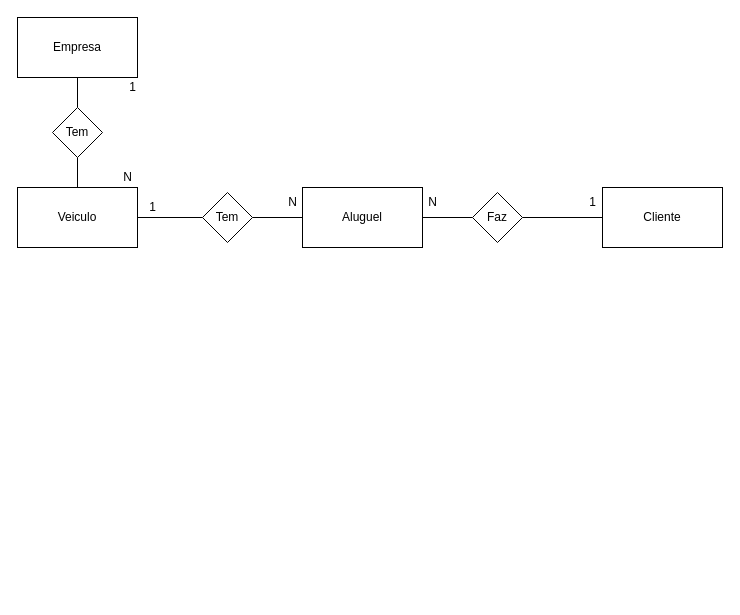
Above: page "Conceitual" (1 of 2) of 1.2-exercicio-locadora/1.2-exercicio-locadora.drawio in Brunodonadei/exercicios-sprint-1-bd (draw.io), before the change. Source tidied: cells renumbered, new cells numbered last; positions are measured from the earlier drawing's top-left corner, leaving out a move shared by most shapes. Both pictures are drawn from the tidied source at 100%, with x=0, y=0 at pixel (17, 17).
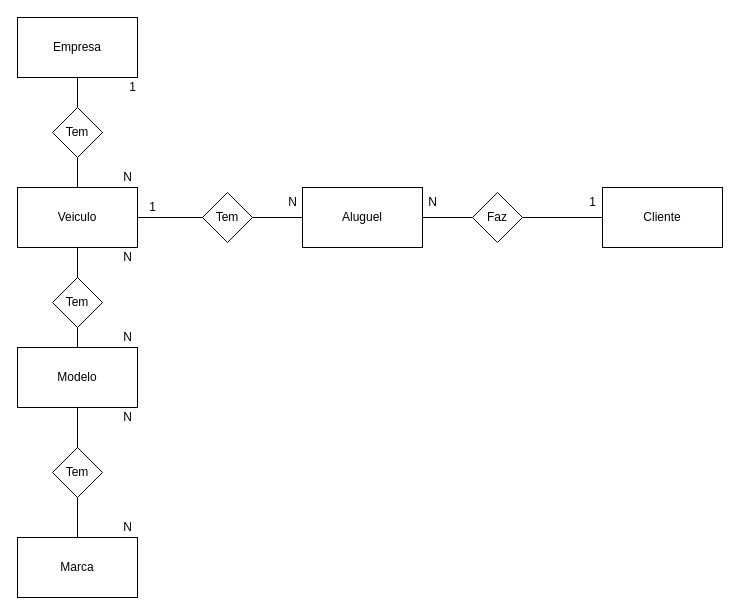
The same diagram, later.

Unchanged cells that the change refers to:
```xml
<mxCell id="4" value="Veiculo" style="rounded=0;whiteSpace=wrap;html=1;" parent="1" vertex="1">
  <mxGeometry y="170" width="120" height="60" as="geometry" />
</mxCell>
```

Change to the diagram source:
```diff
@@
+    <mxCell id="21" style="edgeStyle=orthogonalEdgeStyle;rounded=0;jettySize=auto;html=1;exitX=0.5;exitY=1;exitDx=0;exitDy=0;entryX=0.5;entryY=0;entryDx=0;entryDy=0;endArrow=none;endFill=0;" parent="1" edge="1" source="4" target="25">
+      <mxGeometry relative="1" as="geometry" />
+    </mxCell>
@@
+    <mxCell id="22" style="edgeStyle=orthogonalEdgeStyle;rounded=0;jettySize=auto;html=1;exitX=0.5;exitY=1;exitDx=0;exitDy=0;entryX=0.5;entryY=0;entryDx=0;entryDy=0;endArrow=none;endFill=0;" parent="1" edge="1" source="23" target="28">
+      <mxGeometry relative="1" as="geometry" />
+    </mxCell>
+    <mxCell id="23" value="Tem" style="rhombus;whiteSpace=wrap;html=1;" parent="1" vertex="1">
+      <mxGeometry x="35" y="430" width="50" height="50" as="geometry" />
+    </mxCell>
+    <mxCell id="24" style="edgeStyle=orthogonalEdgeStyle;rounded=0;jettySize=auto;html=1;exitX=0.5;exitY=1;exitDx=0;exitDy=0;entryX=0.5;entryY=0;entryDx=0;entryDy=0;endArrow=none;endFill=0;" parent="1" edge="1" source="25" target="27">
+      <mxGeometry relative="1" as="geometry" />
+    </mxCell>
+    <mxCell id="25" value="Tem" style="rhombus;whiteSpace=wrap;html=1;" parent="1" vertex="1">
+      <mxGeometry x="35" y="260" width="50" height="50" as="geometry" />
+    </mxCell>
+    <mxCell id="26" style="edgeStyle=orthogonalEdgeStyle;rounded=0;jettySize=auto;html=1;exitX=0.5;exitY=1;exitDx=0;exitDy=0;entryX=0.5;entryY=0;entryDx=0;entryDy=0;endArrow=none;endFill=0;" parent="1" edge="1" source="27" target="23">
+      <mxGeometry relative="1" as="geometry" />
+    </mxCell>
+    <mxCell id="27" value="Modelo" style="rounded=0;whiteSpace=wrap;html=1;" parent="1" vertex="1">
+      <mxGeometry y="330" width="120" height="60" as="geometry" />
+    </mxCell>
+    <mxCell id="28" value="Marca" style="rounded=0;whiteSpace=wrap;html=1;" parent="1" vertex="1">
+      <mxGeometry y="520" width="120" height="60" as="geometry" />
+    </mxCell>
+    <mxCell id="29" value="N" style="text;html=1;align=center;verticalAlign=middle;" parent="1" vertex="1">
+      <mxGeometry x="100" y="230" width="20" height="20" as="geometry" />
+    </mxCell>
+    <mxCell id="30" value="N" style="text;html=1;align=center;verticalAlign=middle;" parent="1" vertex="1">
+      <mxGeometry x="100" y="310" width="20" height="20" as="geometry" />
+    </mxCell>
+    <mxCell id="31" value="N" style="text;html=1;align=center;verticalAlign=middle;" parent="1" vertex="1">
+      <mxGeometry x="100" y="390" width="20" height="20" as="geometry" />
+    </mxCell>
+    <mxCell id="32" value="N" style="text;html=1;align=center;verticalAlign=middle;" parent="1" vertex="1">
+      <mxGeometry x="100" y="500" width="20" height="20" as="geometry" />
+    </mxCell>
```
